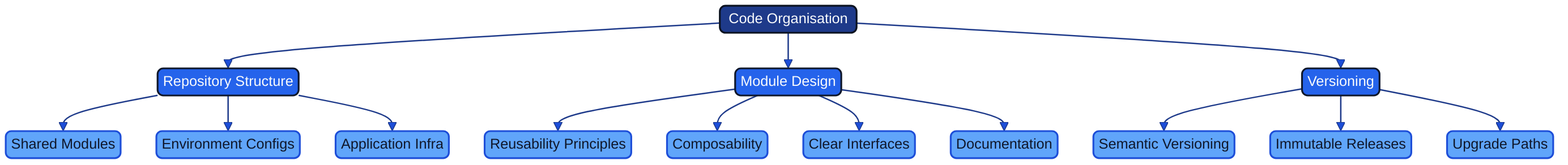
Before: docs/images/mindmap_22a_code_organization.png, a diagram exported from Mermaid (Geonitab/architecture_as_code). Its source is kept beside it as docs/images/mindmap_22a_code_organization.mmd.
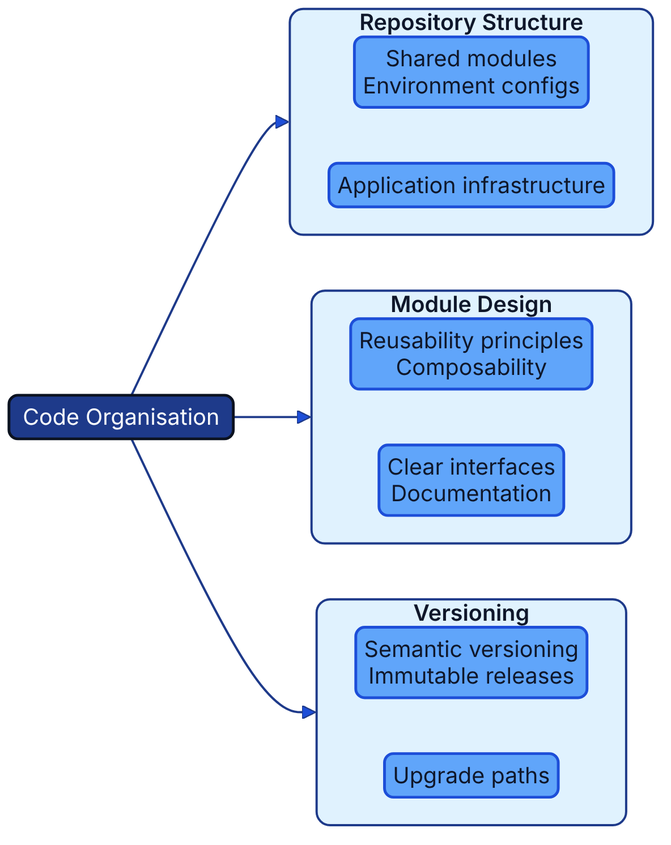
The same file after the commit.

Diff of the diagram source:
```diff
@@ -1,15 +1,23 @@
-graph TD
+flowchart LR
     ROOT(["Code Organisation"]):::geon-primary
-    ROOT --> RS["Repository Structure"]:::geon-accent
-    ROOT --> MD["Module Design"]:::geon-accent
-    ROOT --> VER["Versioning"]:::geon-accent
-    RS --> RS1["Shared Modules"]:::geon-highlight
-    RS --> RS2["Environment Configs"]:::geon-highlight
-    RS --> RS3["Application Infra"]:::geon-highlight
-    MD --> MD1["Reusability Principles"]:::geon-highlight
-    MD --> MD2["Composability"]:::geon-highlight
-    MD --> MD3["Clear Interfaces"]:::geon-highlight
-    MD --> MD4["Documentation"]:::geon-highlight
-    VER --> VER1["Semantic Versioning"]:::geon-highlight
-    VER --> VER2["Immutable Releases"]:::geon-highlight
-    VER --> VER3["Upgrade Paths"]:::geon-highlight
+    subgraph RS["Repository Structure"]
+        direction TB
+        RS1["Shared modules<br/>Environment configs"]:::geon-highlight
+        RS2["Application infrastructure"]:::geon-highlight
+        RS1 ~~~ RS2
+    end
+    subgraph MD["Module Design"]
+        direction TB
+        MD1["Reusability principles<br/>Composability"]:::geon-highlight
+        MD2["Clear interfaces<br/>Documentation"]:::geon-highlight
+        MD1 ~~~ MD2
+    end
+    subgraph VER["Versioning"]
+        direction TB
+        VER1["Semantic versioning<br/>Immutable releases"]:::geon-highlight
+        VER2["Upgrade paths"]:::geon-highlight
+        VER1 ~~~ VER2
+    end
+    ROOT --> RS
+    ROOT --> MD
+    ROOT --> VER
```
